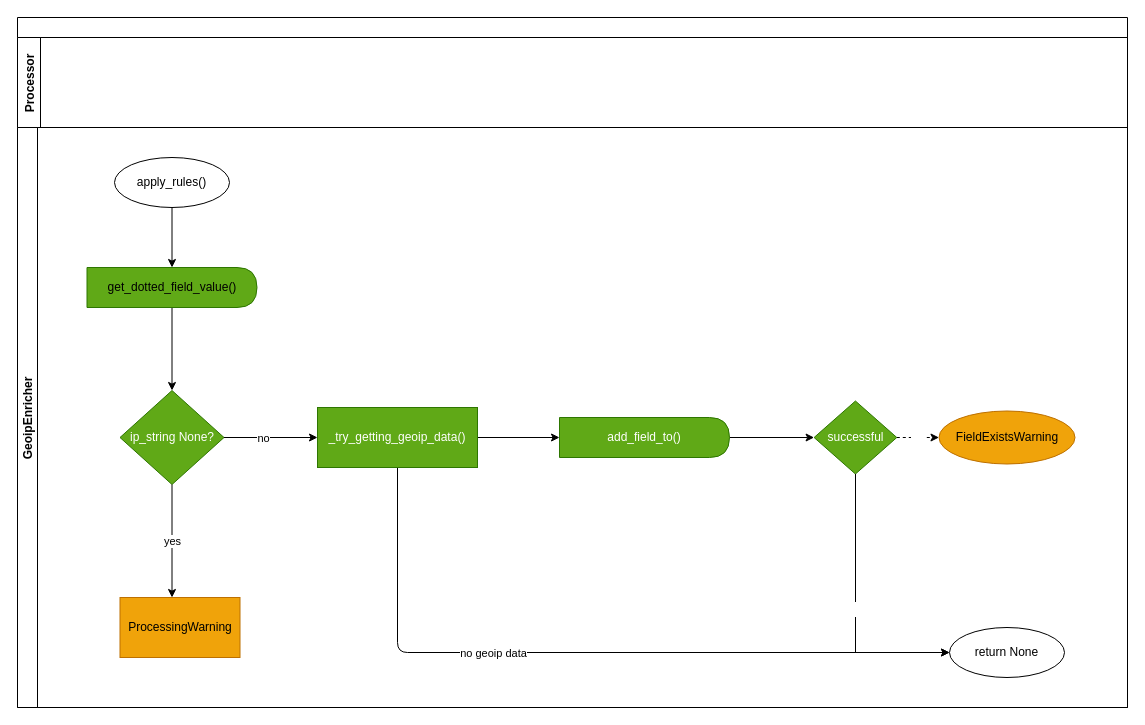
fkie-cad/Logprep keeps this draw.io diagram as page "GeoipEnricher" (11 of 20) of doc/source/development/architecture/diagramms/process.drawio. Above is the earlier version. Source tidied: cells renumbered, new cells numbered last; positions are measured from the earlier drawing's top-left corner, leaving out a move shared by most shapes. Both pictures are drawn from the tidied source at 100%, with x=0, y=0 at pixel (17, 17).
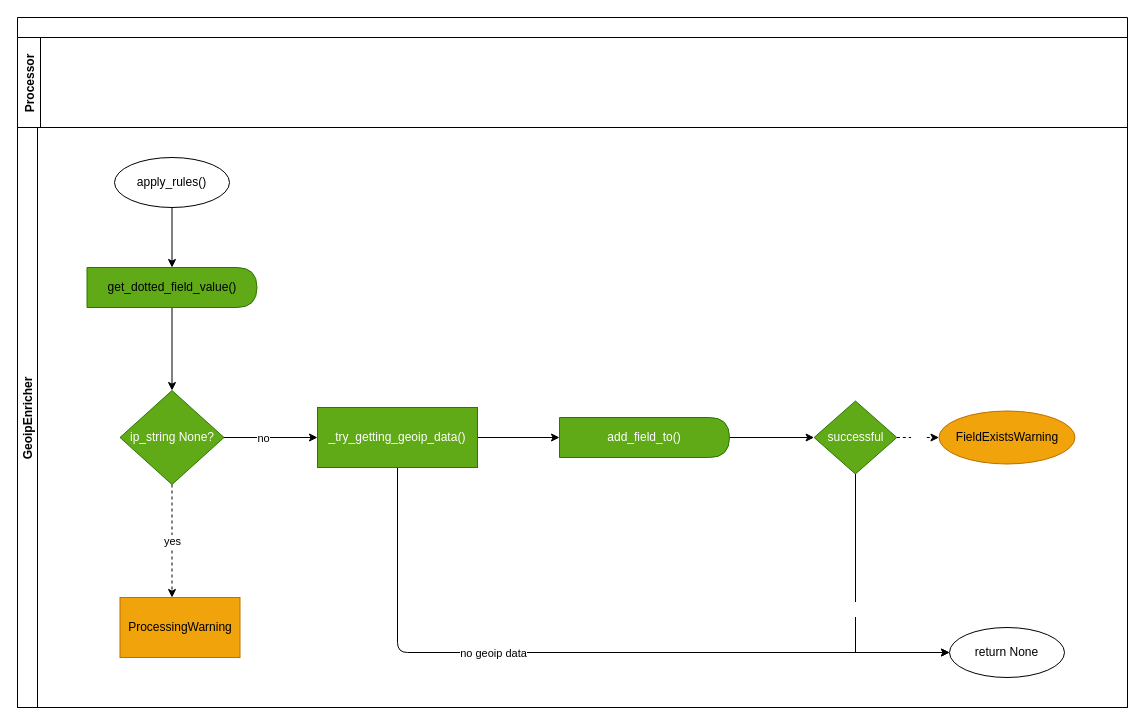
The same page after the edit.

The change refers to these unchanged cells:
```xml
<mxCell id="4" value="GeoipEnricher" style="swimlane;startSize=20;horizontal=0;" parent="2" vertex="1">
  <mxGeometry y="110" width="1110" height="580" as="geometry" />
</mxCell>
<mxCell id="7" value="ip_string None?" style="rhombus;whiteSpace=wrap;html=1;rounded=0;fillColor=#60a917;fontColor=#ffffff;strokeColor=#2D7600;" parent="4" vertex="1">
  <mxGeometry x="102.5" y="263" width="104" height="94" as="geometry" />
</mxCell>
<mxCell id="20" value="ProcessingWarning" style="rounded=0;whiteSpace=wrap;html=1;fillColor=#f0a30a;fontColor=#000000;strokeColor=#BD7000;" parent="4" vertex="1">
  <mxGeometry x="102.5" y="470" width="120" height="60" as="geometry" />
</mxCell>
```

Diff of the diagram source:
```diff
@@
-    <mxCell id="21" value="yes" style="edgeStyle=orthogonalEdgeStyle;html=1;exitX=0.5;exitY=1;exitDx=0;exitDy=0;" parent="4" edge="1" source="7" target="20">
+    <mxCell id="21" value="yes" style="edgeStyle=orthogonalEdgeStyle;html=1;exitX=0.5;exitY=1;exitDx=0;exitDy=0;dashed=1;" parent="4" edge="1" source="7" target="20">
       <mxGeometry relative="1" as="geometry">
         <Array as="points">
           <mxPoint x="154" y="525" />
         </Array>
       </mxGeometry>
     </mxCell>
```
